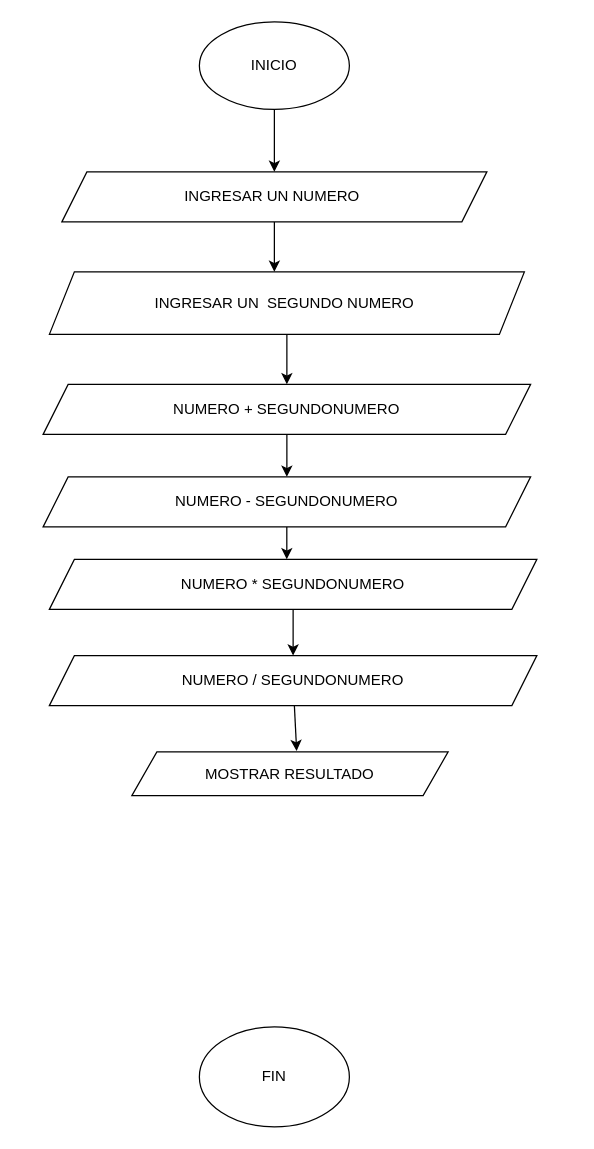
Earlier version of the draw.io diagram diagrama.drawio (Biancadmsa/Cachipum_Desafio). Source tidied: cells renumbered, new cells numbered last; positions are measured from the earlier drawing's top-left corner, leaving out a move shared by most shapes. Both pictures are drawn from the tidied source at 125%, with x=0, y=0 at pixel (42, 21).
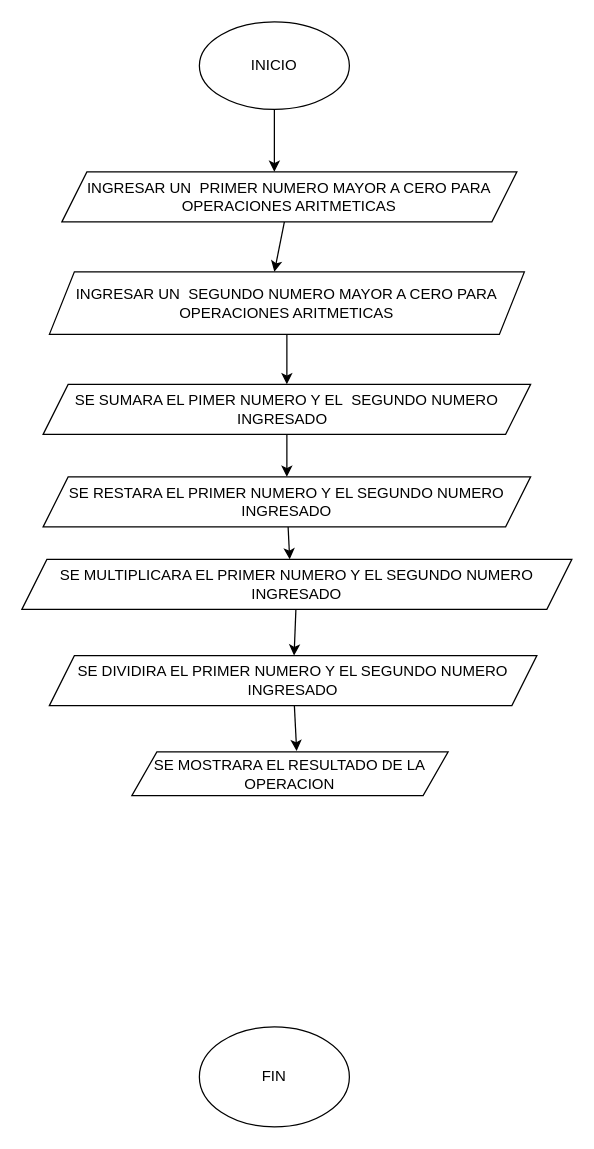
Above is the later version.

Diff of the diagram source:
```diff
@@
-    <mxCell id="5" value="INGRESAR UN NUMERO&amp;nbsp;" style="shape=parallelogram;perimeter=parallelogramPerimeter;whiteSpace=wrap;html=1;fixedSize=1;" parent="1" vertex="1">
-      <mxGeometry x="15" y="120" width="340" height="40" as="geometry" />
+    <mxCell id="5" value="INGRESAR UN&amp;nbsp; PRIMER NUMERO MAYOR A CERO PARA OPERACIONES ARITMETICAS" style="shape=parallelogram;perimeter=parallelogramPerimeter;whiteSpace=wrap;html=1;fixedSize=1;" parent="1" vertex="1">
+      <mxGeometry x="15" y="120" width="364" height="40" as="geometry" />
     </mxCell>
@@
-    <mxCell id="7" value="INGRESAR UN&amp;nbsp; SEGUNDO NUMERO&amp;nbsp;" style="shape=parallelogram;perimeter=parallelogramPerimeter;whiteSpace=wrap;html=1;fixedSize=1;" parent="1" vertex="1">
+    <mxCell id="7" value="INGRESAR UN&amp;nbsp; SEGUNDO NUMERO MAYOR A CERO PARA OPERACIONES ARITMETICAS" style="shape=parallelogram;perimeter=parallelogramPerimeter;whiteSpace=wrap;html=1;fixedSize=1;" parent="1" vertex="1">
       <mxGeometry x="5" y="200" width="380" height="50" as="geometry" />
     </mxCell>
@@
-    <mxCell id="10" value="NUMERO + SEGUNDONUMERO" style="shape=parallelogram;perimeter=parallelogramPerimeter;whiteSpace=wrap;html=1;fixedSize=1;" parent="1" vertex="1">
+    <mxCell id="10" value="SE SUMARA EL PIMER NUMERO Y EL&amp;nbsp; SEGUNDO NUMERO INGRESADO&amp;nbsp;&amp;nbsp;" style="shape=parallelogram;perimeter=parallelogramPerimeter;whiteSpace=wrap;html=1;fixedSize=1;" parent="1" vertex="1">
       <mxGeometry y="290" width="390" height="40" as="geometry" />
     </mxCell>
-    <mxCell id="11" value="MOSTRAR RESULTADO" style="shape=parallelogram;perimeter=parallelogramPerimeter;whiteSpace=wrap;html=1;fixedSize=1;" parent="1" vertex="1">
+    <mxCell id="11" value="SE MOSTRARA EL RESULTADO DE LA OPERACION" style="shape=parallelogram;perimeter=parallelogramPerimeter;whiteSpace=wrap;html=1;fixedSize=1;" parent="1" vertex="1">
       <mxGeometry x="71" y="584" width="253" height="35" as="geometry" />
     </mxCell>
@@
-    <mxCell id="14" value="NUMERO * SEGUNDONUMERO" style="shape=parallelogram;perimeter=parallelogramPerimeter;whiteSpace=wrap;html=1;fixedSize=1;" parent="1" vertex="1">
-      <mxGeometry x="5" y="430" width="390" height="40" as="geometry" />
+    <mxCell id="14" value="SE MULTIPLICARA EL PRIMER NUMERO Y EL SEGUNDO NUMERO INGRESADO" style="shape=parallelogram;perimeter=parallelogramPerimeter;whiteSpace=wrap;html=1;fixedSize=1;" parent="1" vertex="1">
+      <mxGeometry x="-17" y="430" width="440" height="40" as="geometry" />
     </mxCell>
@@
-    <mxCell id="16" value="NUMERO / SEGUNDONUMERO" style="shape=parallelogram;perimeter=parallelogramPerimeter;whiteSpace=wrap;html=1;fixedSize=1;" parent="1" vertex="1">
+    <mxCell id="16" value="SE DIVIDIRA EL PRIMER NUMERO Y EL SEGUNDO NUMERO INGRESADO" style="shape=parallelogram;perimeter=parallelogramPerimeter;whiteSpace=wrap;html=1;fixedSize=1;" parent="1" vertex="1">
       <mxGeometry x="5" y="507" width="390" height="40" as="geometry" />
     </mxCell>
@@
-    <mxCell id="18" value="NUMERO - SEGUNDONUMERO" style="shape=parallelogram;perimeter=parallelogramPerimeter;whiteSpace=wrap;html=1;fixedSize=1;" parent="1" vertex="1">
+    <mxCell id="18" value="SE RESTARA EL PRIMER NUMERO Y EL SEGUNDO NUMERO INGRESADO" style="shape=parallelogram;perimeter=parallelogramPerimeter;whiteSpace=wrap;html=1;fixedSize=1;" parent="1" vertex="1">
       <mxGeometry y="364" width="390" height="40" as="geometry" />
     </mxCell>
```
